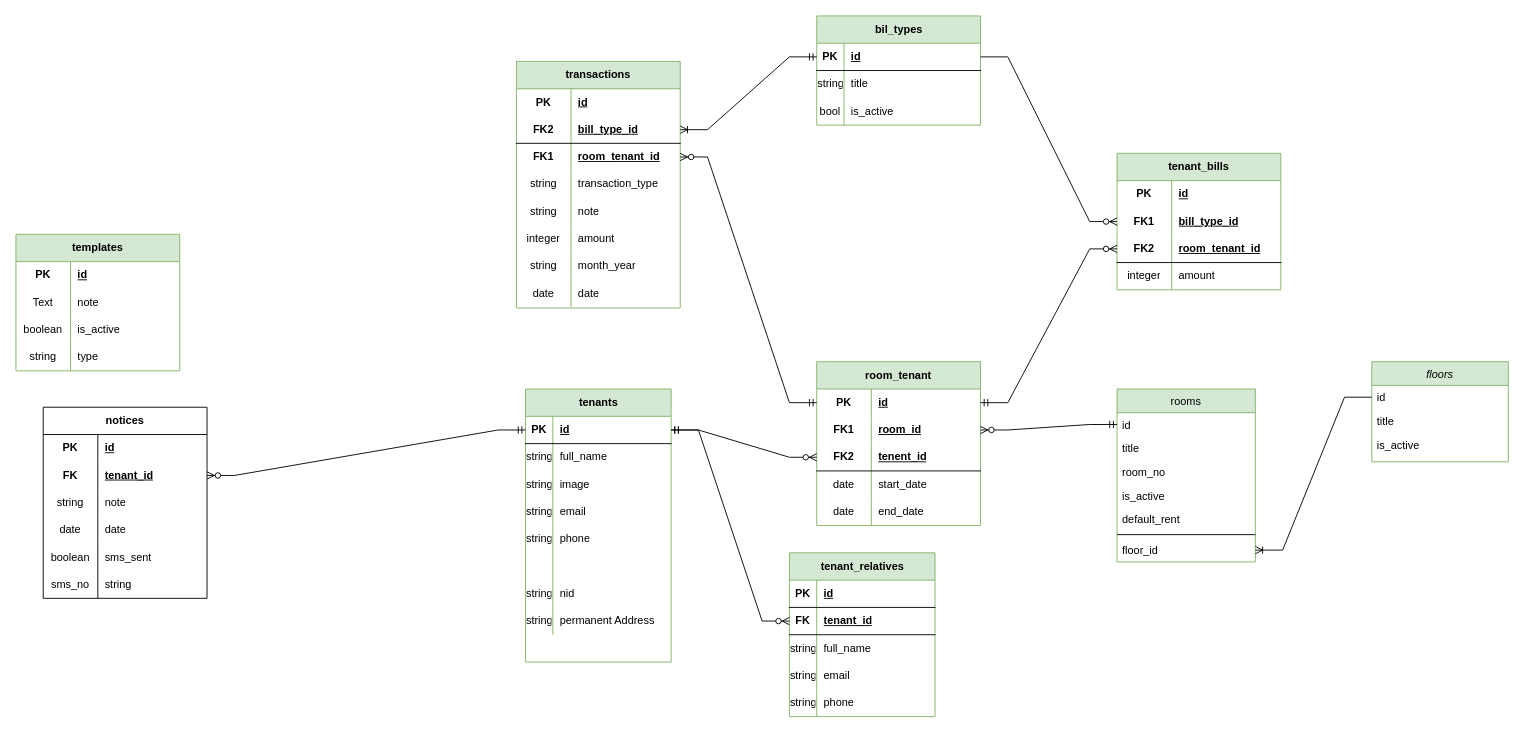
grim-firefly/storage keeps this draw.io diagram as Untitled Diagram.drawio. Above is the earlier version. Source tidied: cells renumbered, new cells numbered last; positions are measured from the earlier drawing's top-left corner, leaving out a move shared by most shapes. Both pictures are drawn from the tidied source at 91%, with x=0, y=0 at pixel (15, 15).
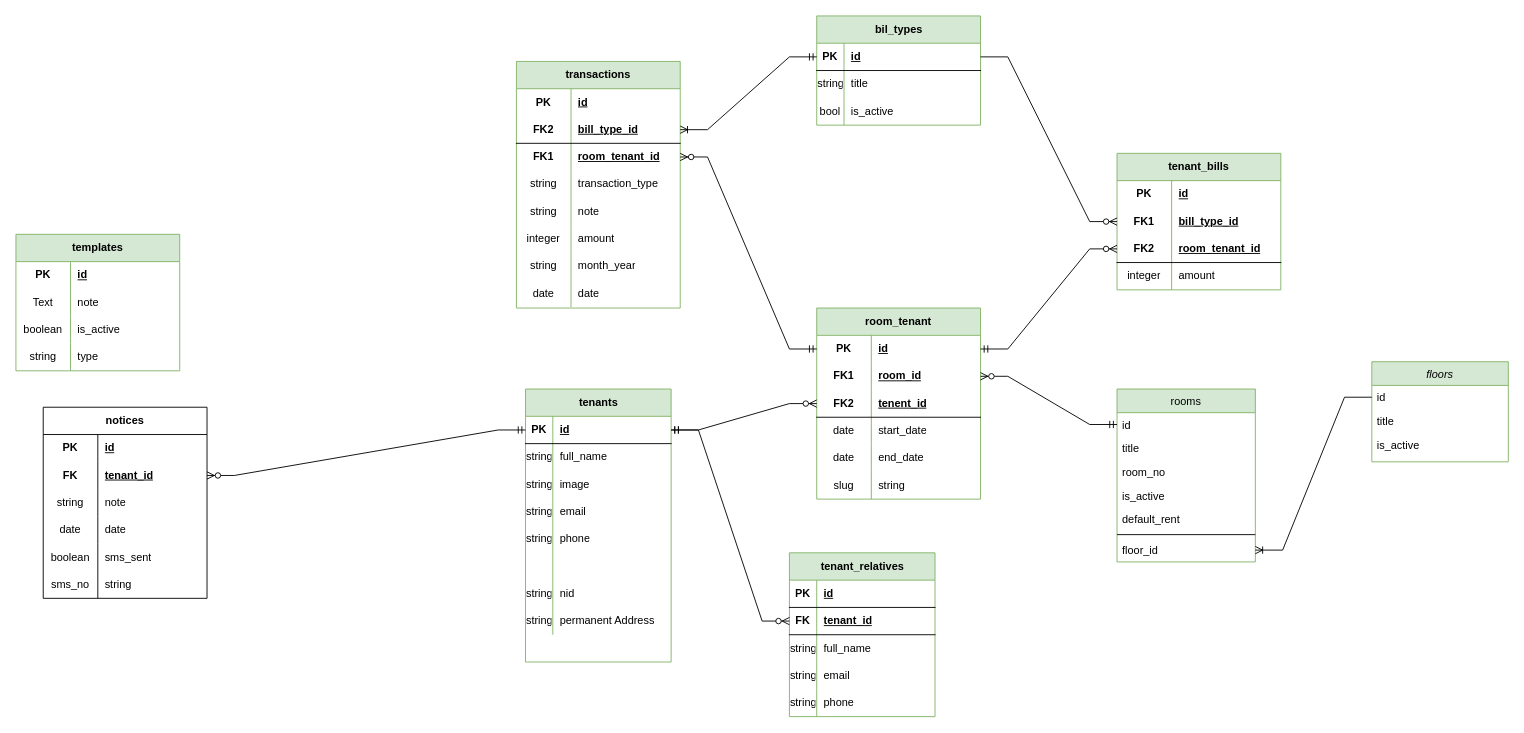
After the change.

Diff of the diagram source:
```diff
@@
     <mxCell id="50" value="room_tenant" style="shape=table;startSize=30;childLayout=tableLayout;rowLines=0;fontStyle=1;align=center;html=1;whiteSpace=wrap;fillColor=#d5e8d4;strokeColor=#82b366;" parent="1" vertex="1">
-      <mxGeometry x="880" y="380" width="180" height="180" as="geometry" />
+      <mxGeometry x="880" y="321" width="180" height="210" as="geometry" />
     </mxCell>
@@
+    <mxCell id="160" style="shape=tableRow;horizontal=0;startSize=0;swimlaneHead=0;swimlaneBody=0;fillColor=none;top=0;left=0;right=0;bottom=0;html=1;" parent="50" vertex="1">
+      <mxGeometry y="180" width="180" height="30" as="geometry" />
+    </mxCell>
+    <mxCell id="161" value="slug" style="shape=partialRectangle;fillColor=none;top=0;left=0;bottom=0;right=0;overflow=hidden;html=1;whiteSpace=wrap;" parent="160" vertex="1">
+      <mxGeometry width="60" height="30" as="geometry" />
+    </mxCell>
+    <mxCell id="162" value="string" style="shape=partialRectangle;fillColor=none;top=0;left=0;bottom=0;right=0;align=left;spacingLeft=6;overflow=hidden;html=1;whiteSpace=wrap;" parent="160" vertex="1">
+      <mxGeometry x="60" width="120" height="30" as="geometry" />
+    </mxCell>
```
